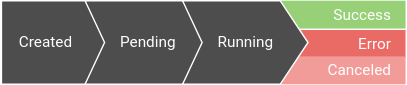
do87/poly keeps this draw.io diagram as statics/lifecycle.svg. Above is the earlier version. Source tidied: cells renumbered, new cells last; positions are measured from the earlier drawing's top-left corner, leaving out a move shared by most shapes. Source of this version:
```xml
<mxGraphModel>
  <root>
    <mxCell id="0" />
    <mxCell id="1" parent="0" />
    <mxCell id="2" value="Success" style="rounded=0;whiteSpace=wrap;html=1;fontFamily=Roboto;fontSource=https%3A%2F%2Ffonts.googleapis.com%2Fcss%3Ffamily%3DRoboto;fontSize=11;fontColor=#FFFFFF;strokeColor=none;fillColor=#97D077;gradientColor=none;align=right;verticalAlign=middle;spacingRight=8;" parent="1" vertex="1">
      <mxGeometry x="170" width="120" height="20" as="geometry" />
    </mxCell>
    <mxCell id="3" value="Error" style="rounded=0;whiteSpace=wrap;html=1;fontFamily=Roboto;fontSource=https%3A%2F%2Ffonts.googleapis.com%2Fcss%3Ffamily%3DRoboto;fontSize=11;fontColor=#FFFFFF;strokeColor=none;fillColor=#EA6B66;gradientColor=none;align=right;verticalAlign=middle;spacingRight=8;" parent="1" vertex="1">
      <mxGeometry x="170" y="21" width="120" height="20" as="geometry" />
    </mxCell>
    <mxCell id="4" value="Canceled" style="rounded=0;whiteSpace=wrap;html=1;fontFamily=Roboto;fontSource=https%3A%2F%2Ffonts.googleapis.com%2Fcss%3Ffamily%3DRoboto;fontSize=11;fontColor=#FFFFFF;strokeColor=none;fillColor=#F19C99;gradientColor=none;align=right;verticalAlign=middle;spacingRight=8;" parent="1" vertex="1">
      <mxGeometry x="170" y="40" width="120" height="20" as="geometry" />
    </mxCell>
    <mxCell id="5" value="&amp;nbsp; &amp;nbsp; Created" style="html=1;shadow=0;dashed=0;align=left;verticalAlign=middle;shape=mxgraph.arrows2.arrow;dy=0;dx=20;notch=0;fontFamily=Roboto;fontSource=https%3A%2F%2Ffonts.googleapis.com%2Fcss%3Ffamily%3DRoboto;fontSize=11;fontColor=#FFFFFF;strokeColor=#FFFFFF;fillColor=#4D4D4D;gradientColor=none;" parent="1" vertex="1">
      <mxGeometry width="80" height="60" as="geometry" />
    </mxCell>
    <mxCell id="6" value="Pending" style="html=1;shadow=0;dashed=0;align=center;verticalAlign=middle;shape=mxgraph.arrows2.arrow;dy=0;dx=20;notch=14;fontFamily=Roboto;fontSource=https%3A%2F%2Ffonts.googleapis.com%2Fcss%3Ffamily%3DRoboto;fontSize=11;fontColor=#FFFFFF;strokeColor=#FFFFFF;fillColor=#4D4D4D;gradientColor=none;" parent="1" vertex="1">
      <mxGeometry x="60" width="90" height="60" as="geometry" />
    </mxCell>
    <mxCell id="7" value="Running" style="html=1;shadow=0;dashed=0;align=center;verticalAlign=middle;shape=mxgraph.arrows2.arrow;dy=0;dx=20;notch=14;fontFamily=Roboto;fontSource=https%3A%2F%2Ffonts.googleapis.com%2Fcss%3Ffamily%3DRoboto;fontSize=11;fontColor=#FFFFFF;strokeColor=#FFFFFF;fillColor=#4D4D4D;gradientColor=none;" parent="1" vertex="1">
      <mxGeometry x="130" width="90" height="60" as="geometry" />
    </mxCell>
  </root>
</mxGraphModel>
```
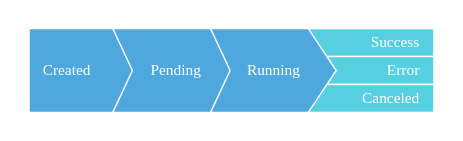
The same diagram one commit later.

The edit, as a diff of the source:
```diff
@@ -2,22 +2,25 @@
   <root>
     <mxCell id="0" />
     <mxCell id="1" parent="0" />
+    <mxCell id="8" style="rounded=1;whiteSpace=wrap;html=1;fontFamily=Verdana;fontSize=11;fontColor=#000000;strokeColor=none;fillColor=#FFFFFF;gradientColor=none;align=left;verticalAlign=middle;" parent="1" vertex="1">
+      <mxGeometry x="-20" y="-20" width="330" height="100" as="geometry" />
+    </mxCell>
-    <mxCell id="2" value="Success" style="rounded=0;whiteSpace=wrap;html=1;fontFamily=Roboto;fontSource=https%3A%2F%2Ffonts.googleapis.com%2Fcss%3Ffamily%3DRoboto;fontSize=11;fontColor=#FFFFFF;strokeColor=none;fillColor=#97D077;gradientColor=none;align=right;verticalAlign=middle;spacingRight=8;" parent="1" vertex="1">
+    <mxCell id="2" value="Success" style="rounded=0;whiteSpace=wrap;html=1;fontFamily=Verdana;fontSize=11;fontColor=#FFFFFF;strokeColor=#FFFFFF;fillColor=#56CFE1;gradientColor=none;align=right;verticalAlign=middle;spacingRight=8;" parent="1" vertex="1">
       <mxGeometry x="170" width="120" height="20" as="geometry" />
     </mxCell>
-    <mxCell id="3" value="Error" style="rounded=0;whiteSpace=wrap;html=1;fontFamily=Roboto;fontSource=https%3A%2F%2Ffonts.googleapis.com%2Fcss%3Ffamily%3DRoboto;fontSize=11;fontColor=#FFFFFF;strokeColor=none;fillColor=#EA6B66;gradientColor=none;align=right;verticalAlign=middle;spacingRight=8;" parent="1" vertex="1">
-      <mxGeometry x="170" y="21" width="120" height="20" as="geometry" />
+    <mxCell id="3" value="Error" style="rounded=0;whiteSpace=wrap;html=1;fontFamily=Verdana;fontSize=11;fontColor=#FFFFFF;strokeColor=#FFFFFF;fillColor=#56CFE1;gradientColor=none;align=right;verticalAlign=middle;spacingRight=8;" parent="1" vertex="1">
+      <mxGeometry x="170" y="20" width="120" height="20" as="geometry" />
     </mxCell>
-    <mxCell id="4" value="Canceled" style="rounded=0;whiteSpace=wrap;html=1;fontFamily=Roboto;fontSource=https%3A%2F%2Ffonts.googleapis.com%2Fcss%3Ffamily%3DRoboto;fontSize=11;fontColor=#FFFFFF;strokeColor=none;fillColor=#F19C99;gradientColor=none;align=right;verticalAlign=middle;spacingRight=8;" parent="1" vertex="1">
+    <mxCell id="4" value="Canceled" style="rounded=0;whiteSpace=wrap;html=1;fontFamily=Verdana;fontSize=11;fontColor=#FFFFFF;strokeColor=#FFFFFF;fillColor=#56CFE1;gradientColor=none;align=right;verticalAlign=middle;spacingRight=8;" parent="1" vertex="1">
       <mxGeometry x="170" y="40" width="120" height="20" as="geometry" />
     </mxCell>
-    <mxCell id="5" value="&amp;nbsp; &amp;nbsp; Created" style="html=1;shadow=0;dashed=0;align=left;verticalAlign=middle;shape=mxgraph.arrows2.arrow;dy=0;dx=20;notch=0;fontFamily=Roboto;fontSource=https%3A%2F%2Ffonts.googleapis.com%2Fcss%3Ffamily%3DRoboto;fontSize=11;fontColor=#FFFFFF;strokeColor=#FFFFFF;fillColor=#4D4D4D;gradientColor=none;" parent="1" vertex="1">
+    <mxCell id="5" value="&amp;nbsp; &amp;nbsp;Created" style="html=1;shadow=0;dashed=0;align=left;verticalAlign=middle;shape=mxgraph.arrows2.arrow;dy=0;dx=20;notch=0;fontFamily=Verdana;fontSize=11;fontColor=#FFFFFF;strokeColor=#FFFFFF;fillColor=#4EA8DE;gradientColor=none;" parent="1" vertex="1">
       <mxGeometry width="80" height="60" as="geometry" />
     </mxCell>
-    <mxCell id="6" value="Pending" style="html=1;shadow=0;dashed=0;align=center;verticalAlign=middle;shape=mxgraph.arrows2.arrow;dy=0;dx=20;notch=14;fontFamily=Roboto;fontSource=https%3A%2F%2Ffonts.googleapis.com%2Fcss%3Ffamily%3DRoboto;fontSize=11;fontColor=#FFFFFF;strokeColor=#FFFFFF;fillColor=#4D4D4D;gradientColor=none;" parent="1" vertex="1">
+    <mxCell id="6" value="Pending" style="html=1;shadow=0;dashed=0;align=center;verticalAlign=middle;shape=mxgraph.arrows2.arrow;dy=0;dx=20;notch=14;fontFamily=Verdana;fontSize=11;fontColor=#FFFFFF;strokeColor=#FFFFFF;fillColor=#4EA8DE;gradientColor=none;" parent="1" vertex="1">
       <mxGeometry x="60" width="90" height="60" as="geometry" />
     </mxCell>
-    <mxCell id="7" value="Running" style="html=1;shadow=0;dashed=0;align=center;verticalAlign=middle;shape=mxgraph.arrows2.arrow;dy=0;dx=20;notch=14;fontFamily=Roboto;fontSource=https%3A%2F%2Ffonts.googleapis.com%2Fcss%3Ffamily%3DRoboto;fontSize=11;fontColor=#FFFFFF;strokeColor=#FFFFFF;fillColor=#4D4D4D;gradientColor=none;" parent="1" vertex="1">
+    <mxCell id="7" value="Running" style="html=1;shadow=0;dashed=0;align=center;verticalAlign=middle;shape=mxgraph.arrows2.arrow;dy=0;dx=20;notch=14;fontFamily=Verdana;fontSize=11;fontColor=#FFFFFF;strokeColor=#FFFFFF;fillColor=#4EA8DE;gradientColor=none;" parent="1" vertex="1">
       <mxGeometry x="130" width="90" height="60" as="geometry" />
     </mxCell>
   </root>
```
